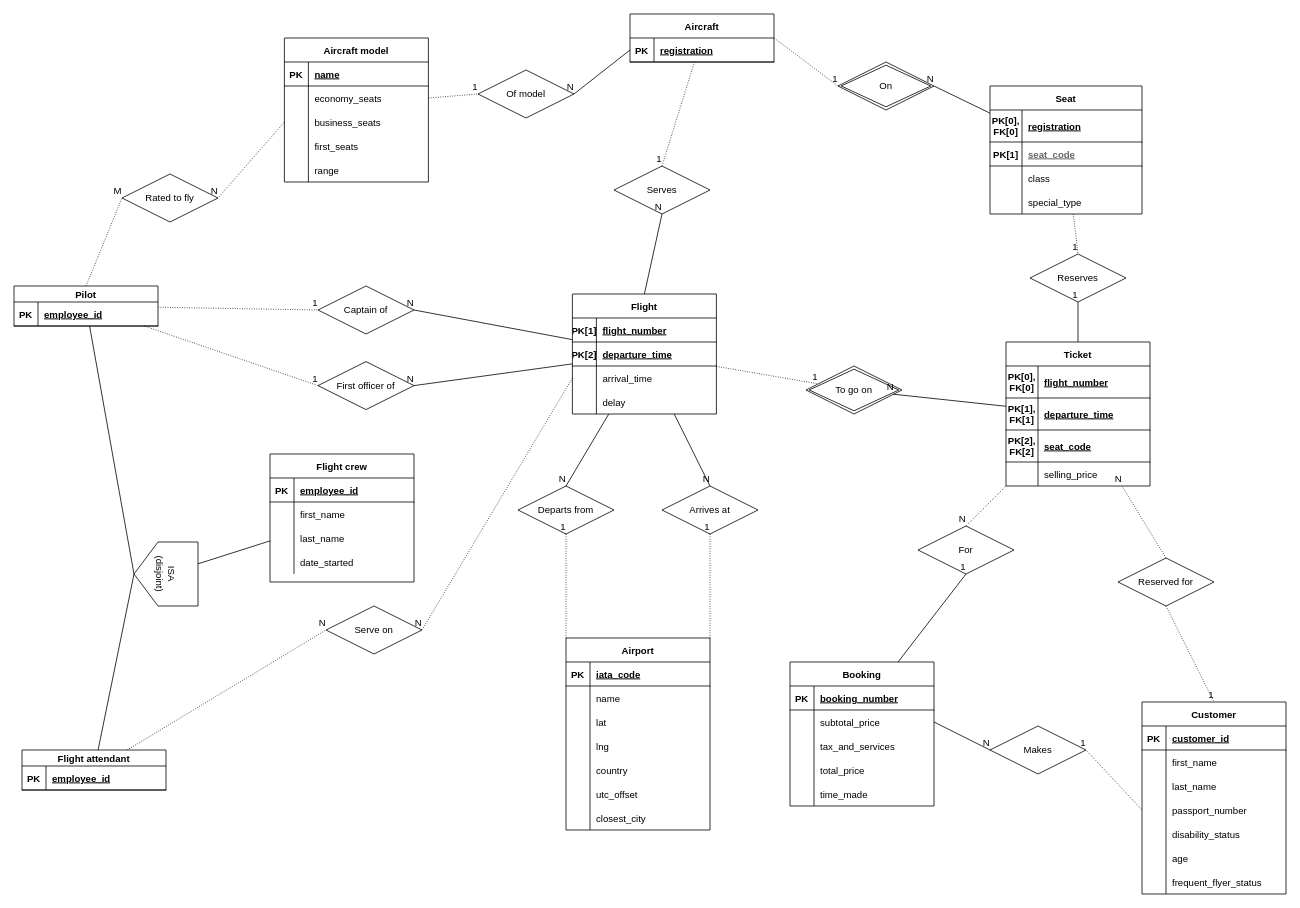
The draw.io diagram Airline system ER diagram.drawio in lyulka/comp3278, before the edit. Source tidied: cells renumbered, new cells numbered last; positions are measured from the earlier drawing's top-left corner, leaving out a move shared by most shapes. Both pictures are drawn from the tidied source at 80%, with x=0, y=0 at pixel (14, 14).
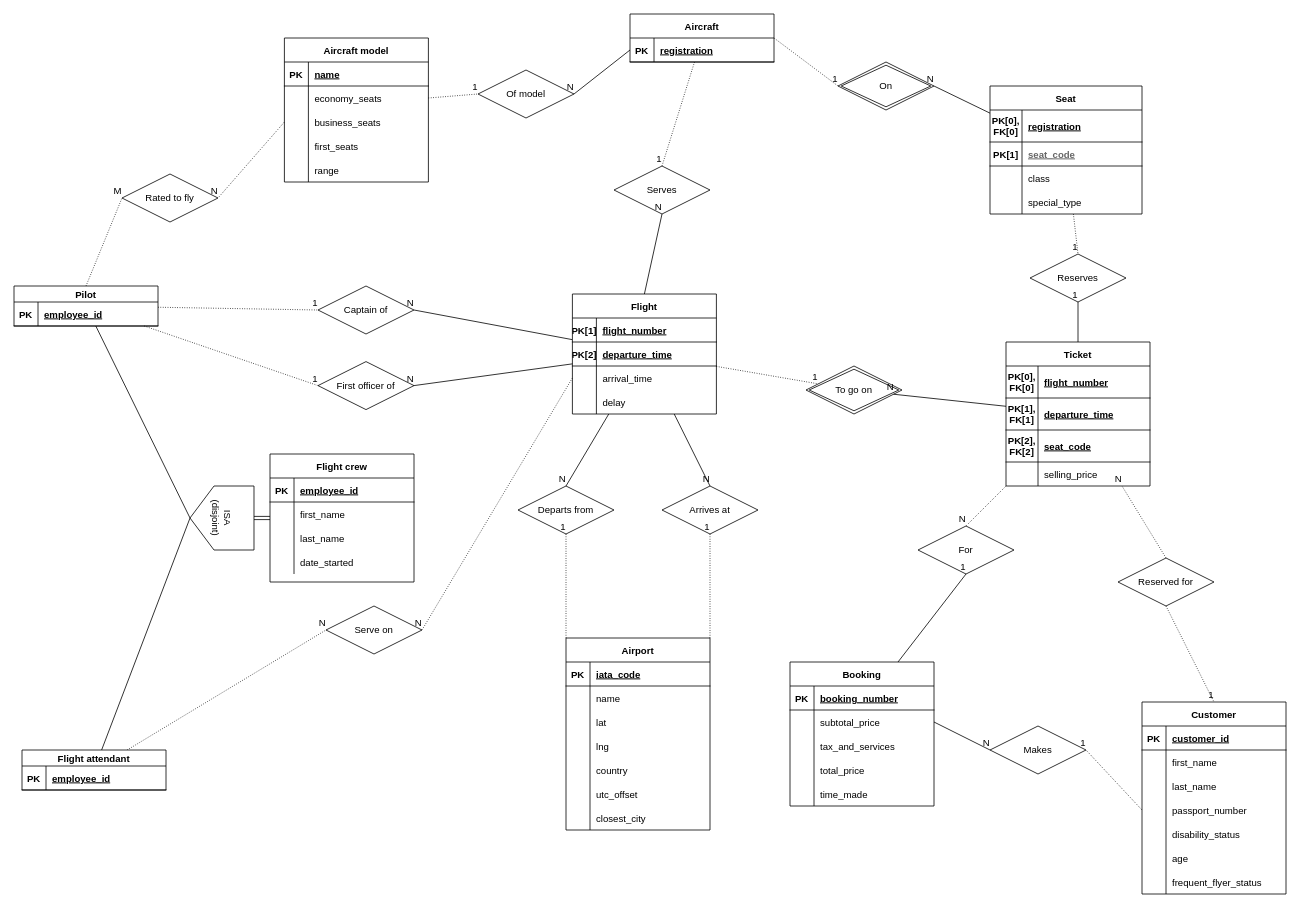
The same page after the edit.

Commit message:
Indicate that flight crew specialization is total using double lines.

The change refers to these unchanged cells:
```xml
<mxCell id="203" value="Flight crew" style="shape=table;startSize=30;childLayout=tableLayout;rowLines=0;fontStyle=1;align=center;fontColor=#000000;html=0;" parent="1" vertex="1">
  <mxGeometry x="320" y="550" width="180" height="160" as="geometry" />
</mxCell>
```

What changed in the source:
```diff
@@
     <mxCell id="195" value="ISA&lt;br&gt;(disjoint)" style="shape=offPageConnector;whiteSpace=wrap;html=1;rotation=90;" parent="1" vertex="1">
-      <mxGeometry x="150" y="660" width="80" height="80" as="geometry" />
+      <mxGeometry x="220" y="590" width="80" height="80" as="geometry" />
     </mxCell>
@@
-    <mxCell id="202" style="endArrow=none;html=1;rounded=0;fontColor=#000000;" parent="1" edge="1" source="195" target="203">
-      <mxGeometry relative="1" as="geometry" />
-    </mxCell>
@@
+    <mxCell id="202" style="shape=link;html=1;rounded=0;fontColor=#000000;" parent="1" edge="1" source="195" target="203">
+      <mxGeometry relative="1" as="geometry" />
+    </mxCell>
+    <mxCell id="216" style="html=1;align=right;verticalAlign=bottom;" parent="202" vertex="1">
+      <mxGeometry x="1" relative="1" as="geometry" />
+    </mxCell>
```
